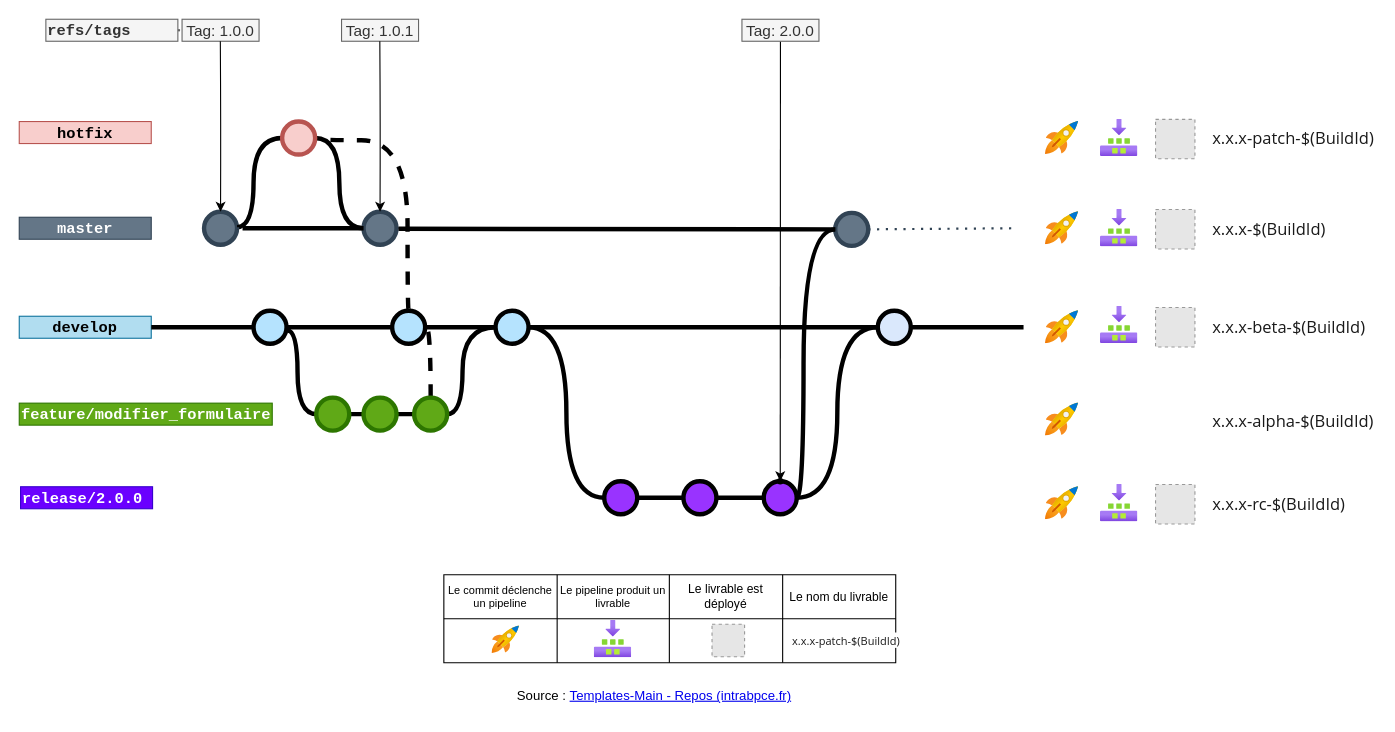
This is page "Interaction lfow-pipeline" (2 of 6) of BP_SAC_gitflow.drawio from jmrablat/GITFLOW-BP-SAC, a draw.io file, before an edit. Source tidied: cells renumbered, new cells numbered last; positions are measured from the earlier drawing's top-left corner, leaving out a move shared by most shapes. Both pictures are drawn from the tidied source at 110%, with x=0, y=0 at pixel (19, 19). Pictures stored in the file or linked from it are replaced by grey dashed boxes.
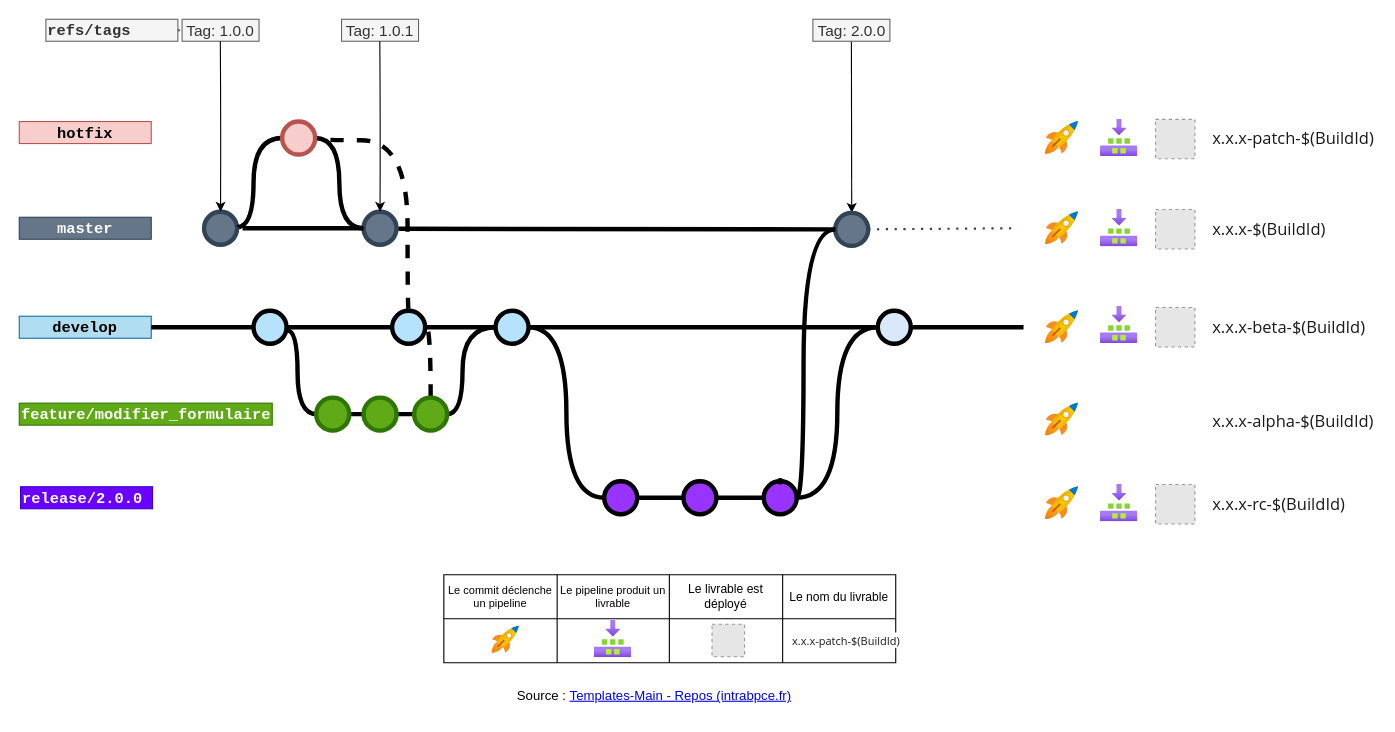
Above is the later version.

Commit message:
tag positionné sur master

Unchanged cells that the change refers to:
```xml
<mxCell id="35" style="shape=waypoint;sketch=0;size=6;points=[];fillColor=none;perimeter=centerPerimeter;snapToPoint=1;" parent="1" vertex="1">
  <mxGeometry x="671.8" y="400" width="40" height="40" as="geometry" />
</mxCell>
<mxCell id="82" style="verticalLabelPosition=bottom;verticalAlign=top;html=1;strokeWidth=4;shape=mxgraph.flowchart.on-page_reference;fillColor=#647687;strokeColor=#314354;fontColor=#ffffff;" parent="1" vertex="1">
  <mxGeometry x="741.8" y="176" width="30" height="30" as="geometry" />
</mxCell>
```

The edit, as a diff of the source:
```diff
@@
-    <mxCell id="33" style="edgeStyle=orthogonalEdgeStyle;curved=1;rounded=0;jettySize=auto;html=1;" parent="1" edge="1" source="34" target="35">
+    <mxCell id="33" style="edgeStyle=orthogonalEdgeStyle;curved=1;rounded=0;jettySize=auto;html=1;entryX=0.5;entryY=0;entryDx=0;entryDy=0;entryPerimeter=0;" parent="1" edge="1" source="34" target="82">
       <mxGeometry relative="1" as="geometry" />
     </mxCell>
     <mxCell id="34" value="Tag: 2.0.0" style="text;html=1;strokeColor=#666666;fillColor=#f5f5f5;align=center;verticalAlign=middle;whiteSpace=wrap;overflow=hidden;fontSize=14;fontColor=#333333;" parent="1" vertex="1">
-      <mxGeometry x="657" width="70" height="20" as="geometry" />
+      <mxGeometry x="721.5" width="70" height="20" as="geometry" />
     </mxCell>
```
